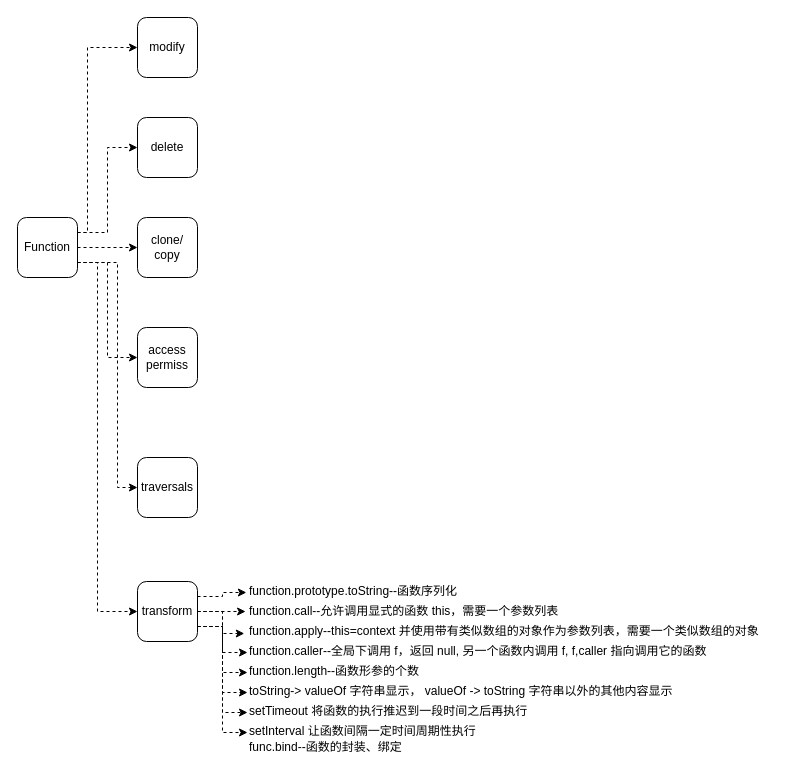
hexipei/draw.io keeps this draw.io diagram as page "Function" (3 of 4) of background-flutter/JS难点/Func/Arr/Obj.drawio. Above is the earlier version. Source tidied: cells renumbered, new cells numbered last; positions are measured from the earlier drawing's top-left corner, leaving out a move shared by most shapes. Both pictures are drawn from the tidied source at 100%, with x=0, y=0 at pixel (17, 17).
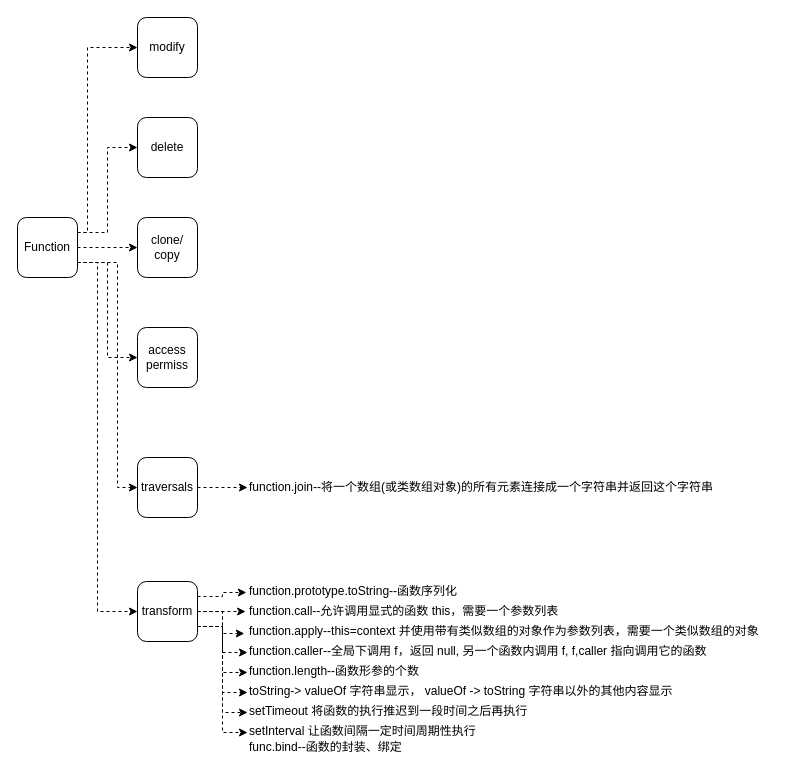
Above is the later version.

Unchanged cells that the change refers to:
```xml
<mxCell id="22" value="traversals" style="rounded=1;whiteSpace=wrap;html=1;" parent="1" vertex="1">
  <mxGeometry x="120" y="440" width="60" height="60" as="geometry" />
</mxCell>
```

Change to the diagram source:
```diff
@@
+    <mxCell id="32" style="edgeStyle=orthogonalEdgeStyle;rounded=0;jettySize=auto;html=1;exitX=1;exitY=0.5;exitDx=0;exitDy=0;dashed=1;" parent="1" edge="1" source="22" target="33">
+      <mxGeometry relative="1" as="geometry" />
+    </mxCell>
@@
+    <mxCell id="33" value="function.join--将一个数组(或类数组对象)的所有元素连接成一个字符串并返回这个字符串" style="text;html=1;points=[];align=left;verticalAlign=top;spacingTop=-4;" parent="1" vertex="1">
+      <mxGeometry x="230" y="460" width="480" height="20" as="geometry" />
+    </mxCell>
```
